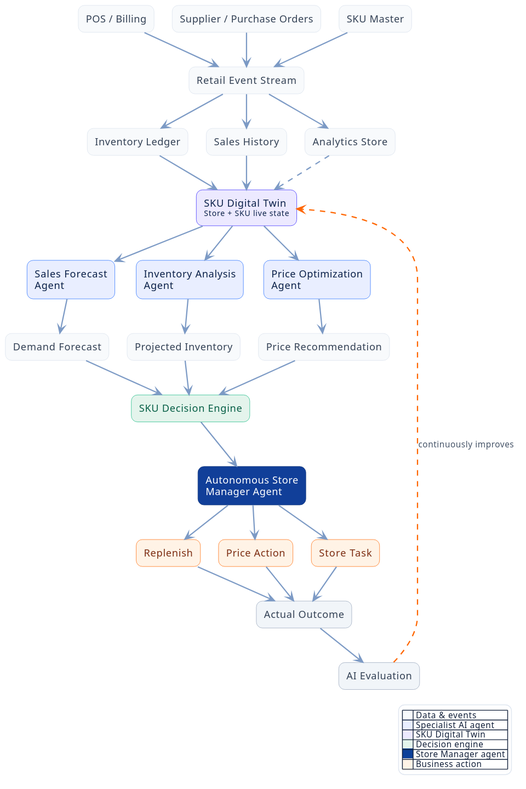
The PlantUML diagram public/architecture-diagram.svg in ronak-springboot-dev/autonomous-store-management-system, before a commit.
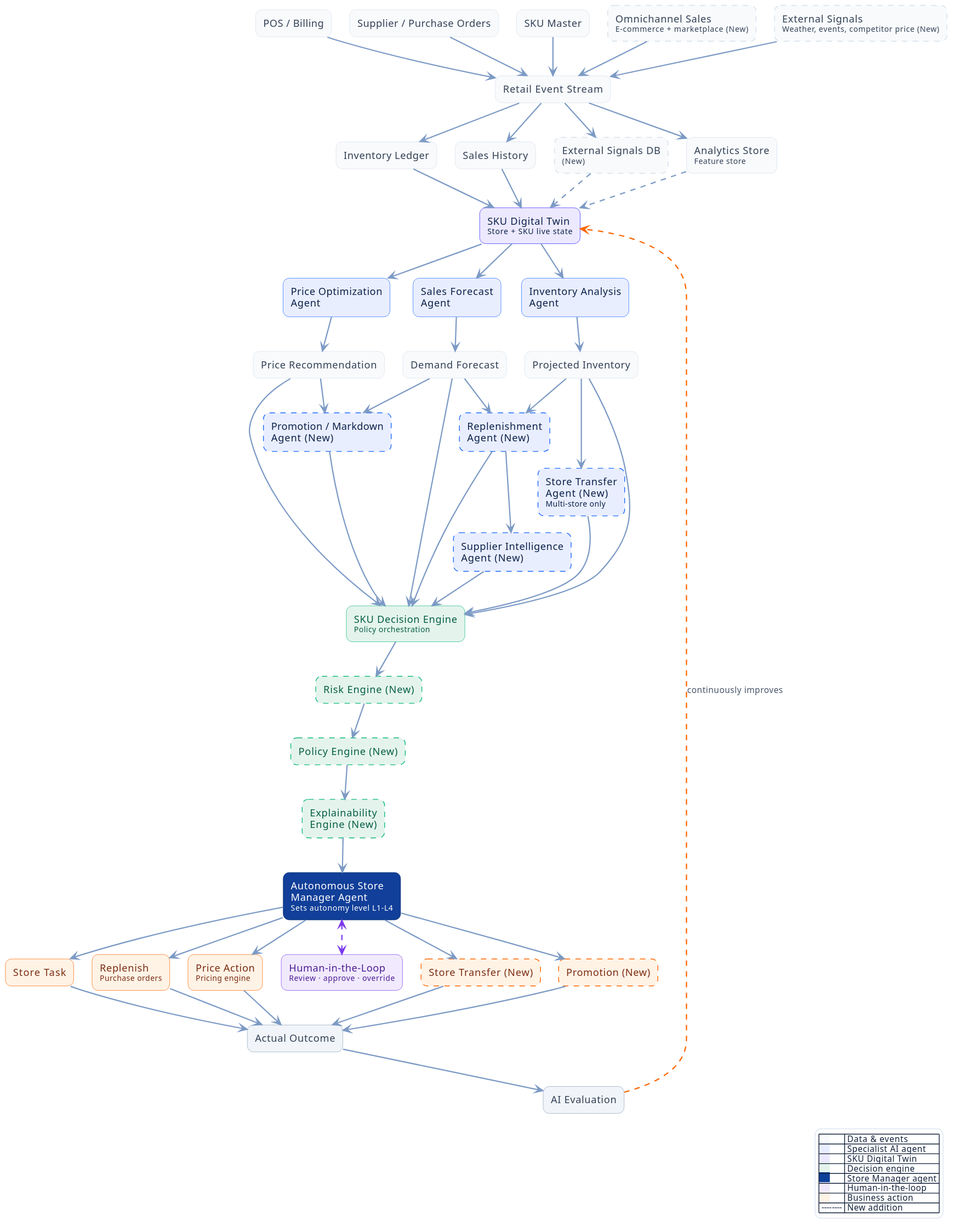
After the change.

Change to the diagram source:
```diff
@@ -18,12 +18,15 @@
 rectangle "POS / Billing" as POS_BILLING [[#POS_BILLING]] #F8FAFC;line:D7E0EB;text:334155
 rectangle "Supplier / Purchase Orders" as SUPPLIER_PO [[#SUPPLIER_PO]] #F8FAFC;line:D7E0EB;text:334155
 rectangle "SKU Master" as SKU_MASTER [[#SKU_MASTER]] #F8FAFC;line:D7E0EB;text:334155
+rectangle "Omnichannel Sales\n<size:10>E-commerce + marketplace (New)</size>" as OMNICHANNEL [[#OMNICHANNEL]] #F8FAFC;line:D7E0EB;line.dashed;text:334155
+rectangle "External Signals\n<size:10>Weather, events, competitor price (New)</size>" as EXTERNAL_SIGNALS [[#EXTERNAL_SIGNALS]] #F8FAFC;line:D7E0EB;line.dashed;text:334155
 
 rectangle "Retail Event Stream" as EVENT_STREAM [[#EVENT_STREAM]] #F8FAFC;line:D7E0EB;text:334155
 
 rectangle "Inventory Ledger" as INVENTORY_LEDGER [[#INVENTORY_LEDGER]] #F8FAFC;line:D7E0EB;text:334155
 rectangle "Sales History" as SALES_HISTORY [[#SALES_HISTORY]] #F8FAFC;line:D7E0EB;text:334155
-rectangle "Analytics Store" as ANALYTICS_STORE [[#ANALYTICS_STORE]] #F8FAFC;line:D7E0EB;text:334155
+rectangle "External Signals DB\n<size:10>(New)</size>" as EXTERNAL_SIGNALS_DB [[#EXTERNAL_SIGNALS_DB]] #F8FAFC;line:D7E0EB;line.dashed;text:334155
+rectangle "Analytics Store\n<size:10>Feature store</size>" as ANALYTICS_STORE [[#ANALYTICS_STORE]] #F8FAFC;line:D7E0EB;text:334155
 
 rectangle "SKU Digital Twin\n<size:10>Store + SKU live state</size>" as SKU_DIGITAL_TWIN [[#SKU_DIGITAL_TWIN]] #ECE9FF;line:2D1FFF;text:0B2148
 
@@ -35,12 +38,24 @@
 rectangle "Projected Inventory" as PROJECTED_INVENTORY [[#PROJECTED_INVENTORY]] #F8FAFC;line:D7E0EB;text:334155
 rectangle "Price Recommendation" as PRICE_RECOMMENDATION [[#PRICE_RECOMMENDATION]] #F8FAFC;line:D7E0EB;text:334155
 
-rectangle "SKU Decision Engine" as DECISION_ENGINE [[#DECISION_ENGINE]] #E4F4EC;line:10B981;text:065F46
+rectangle "Replenishment\nAgent (New)" as REPLENISHMENT_AGENT [[#REPLENISHMENT_AGENT]] #E9EEFF;line:1C69FF;line.dashed;text:0B2148
+rectangle "Supplier Intelligence\nAgent (New)" as SUPPLIER_INTEL_AGENT [[#SUPPLIER_INTEL_AGENT]] #E9EEFF;line:1C69FF;line.dashed;text:0B2148
+rectangle "Store Transfer\nAgent (New)\n<size:10>Multi-store only</size>" as STORE_TRANSFER_AGENT [[#STORE_TRANSFER_AGENT]] #E9EEFF;line:1C69FF;line.dashed;text:0B2148
+rectangle "Promotion / Markdown\nAgent (New)" as PROMOTION_AGENT [[#PROMOTION_AGENT]] #E9EEFF;line:1C69FF;line.dashed;text:0B2148
 
-rectangle "Autonomous Store\nManager Agent" as MANAGER_AGENT [[#MANAGER_AGENT]] #113F99;line:143678;text:FFFFFF
+rectangle "SKU Decision Engine\n<size:10>Policy orchestration</size>" as DECISION_ENGINE [[#DECISION_ENGINE]] #E4F4EC;line:10B981;text:065F46
+rectangle "Risk Engine (New)" as RISK_ENGINE [[#RISK_ENGINE]] #E4F4EC;line:10B981;line.dashed;text:065F46
+rectangle "Policy Engine (New)" as POLICY_ENGINE [[#POLICY_ENGINE]] #E4F4EC;line:10B981;line.dashed;text:065F46
+rectangle "Explainability\nEngine (New)" as EXPLAINABILITY_ENGINE [[#EXPLAINABILITY_ENGINE]] #E4F4EC;line:10B981;line.dashed;text:065F46
 
-rectangle "Replenish" as REPLENISH [[#REPLENISH]] #FFF3E6;line:FF6600;text:7C2D12
-rectangle "Price Action" as PRICE_ACTION [[#PRICE_ACTION]] #FFF3E6;line:FF6600;text:7C2D12
+rectangle "Autonomous Store\nManager Agent\n<size:10>Sets autonomy level L1-L4</size>" as MANAGER_AGENT [[#MANAGER_AGENT]] #113F99;line:143678;text:FFFFFF
+
+rectangle "Human-in-the-Loop\n<size:10>Review · approve · override</size>" as HUMAN_IN_LOOP [[#HUMAN_IN_LOOP]] #F1EAFE;line:7C3AED;text:4C1D95
+
+rectangle "Replenish\n<size:10>Purchase orders</size>" as REPLENISH [[#REPLENISH]] #FFF3E6;line:FF6600;text:7C2D12
+rectangle "Price Action\n<size:10>Pricing engine</size>" as PRICE_ACTION [[#PRICE_ACTION]] #FFF3E6;line:FF6600;text:7C2D12
+rectangle "Store Transfer (New)" as STORE_TRANSFER_ACTION [[#STORE_TRANSFER_ACTION]] #FFF3E6;line:FF6600;line.dashed;text:7C2D12
+rectangle "Promotion (New)" as PROMOTION_ACTION [[#PROMOTION_ACTION]] #FFF3E6;line:FF6600;line.dashed;text:7C2D12
 rectangle "Store Task" as STORE_TASK [[#STORE_TASK]] #FFF3E6;line:FF6600;text:7C2D12
 
 rectangle "Actual Outcome" as ACTUAL_OUTCOME [[#ACTUAL_OUTCOME]] #F1F5F9;line:94A3B8;text:334155
@@ -49,13 +64,17 @@
 POS_BILLING --> EVENT_STREAM
 SUPPLIER_PO --> EVENT_STREAM
 SKU_MASTER --> EVENT_STREAM
+OMNICHANNEL --> EVENT_STREAM
+EXTERNAL_SIGNALS --> EVENT_STREAM
 
 EVENT_STREAM --> INVENTORY_LEDGER
 EVENT_STREAM --> SALES_HISTORY
+EVENT_STREAM --> EXTERNAL_SIGNALS_DB
 EVENT_STREAM --> ANALYTICS_STORE
 
 INVENTORY_LEDGER --> SKU_DIGITAL_TWIN
 SALES_HISTORY --> SKU_DIGITAL_TWIN
+EXTERNAL_SIGNALS_DB ..> SKU_DIGITAL_TWIN
 ANALYTICS_STORE ..> SKU_DIGITAL_TWIN
 
 SKU_DIGITAL_TWIN --> SALES_FORECAST_AGENT
@@ -66,18 +85,38 @@
 INVENTORY_AGENT --> PROJECTED_INVENTORY
 PRICE_AGENT --> PRICE_RECOMMENDATION
 
+DEMAND_FORECAST --> REPLENISHMENT_AGENT
+PROJECTED_INVENTORY --> REPLENISHMENT_AGENT
+REPLENISHMENT_AGENT --> SUPPLIER_INTEL_AGENT
+PROJECTED_INVENTORY --> STORE_TRANSFER_AGENT
+DEMAND_FORECAST --> PROMOTION_AGENT
+PRICE_RECOMMENDATION --> PROMOTION_AGENT
+
 DEMAND_FORECAST --> DECISION_ENGINE
 PROJECTED_INVENTORY --> DECISION_ENGINE
 PRICE_RECOMMENDATION --> DECISION_ENGINE
+REPLENISHMENT_AGENT --> DECISION_ENGINE
+SUPPLIER_INTEL_AGENT --> DECISION_ENGINE
+STORE_TRANSFER_AGENT --> DECISION_ENGINE
+PROMOTION_AGENT --> DECISION_ENGINE
 
-DECISION_ENGINE --> MANAGER_AGENT
+DECISION_ENGINE --> RISK_ENGINE
+RISK_ENGINE --> POLICY_ENGINE
+POLICY_ENGINE --> EXPLAINABILITY_ENGINE
+EXPLAINABILITY_ENGINE --> MANAGER_AGENT
+
+MANAGER_AGENT <.[#7C3AED].> HUMAN_IN_LOOP
 
 MANAGER_AGENT --> REPLENISH
 MANAGER_AGENT --> PRICE_ACTION
+MANAGER_AGENT --> STORE_TRANSFER_ACTION
+MANAGER_AGENT --> PROMOTION_ACTION
 MANAGER_AGENT --> STORE_TASK
 
 REPLENISH --> ACTUAL_OUTCOME
 PRICE_ACTION --> ACTUAL_OUTCOME
+STORE_TRANSFER_ACTION --> ACTUAL_OUTCOME
+PROMOTION_ACTION --> ACTUAL_OUTCOME
 STORE_TASK --> ACTUAL_OUTCOME
 
 ACTUAL_OUTCOME --> AI_EVALUATION
@@ -89,6 +128,8 @@
   |<back:#ECE9FF>    </back>| SKU Digital Twin |
   |<back:#E4F4EC>    </back>| Decision engine |
   |<back:#113F99>    </back>| Store Manager agent |
+  |<back:#F1EAFE>    </back>| Human-in-the-loop |
   |<back:#FFF3E6>    </back>| Business action |
+  | ╌╌╌╌ | New addition |
 endlegend
 @enduml
```
